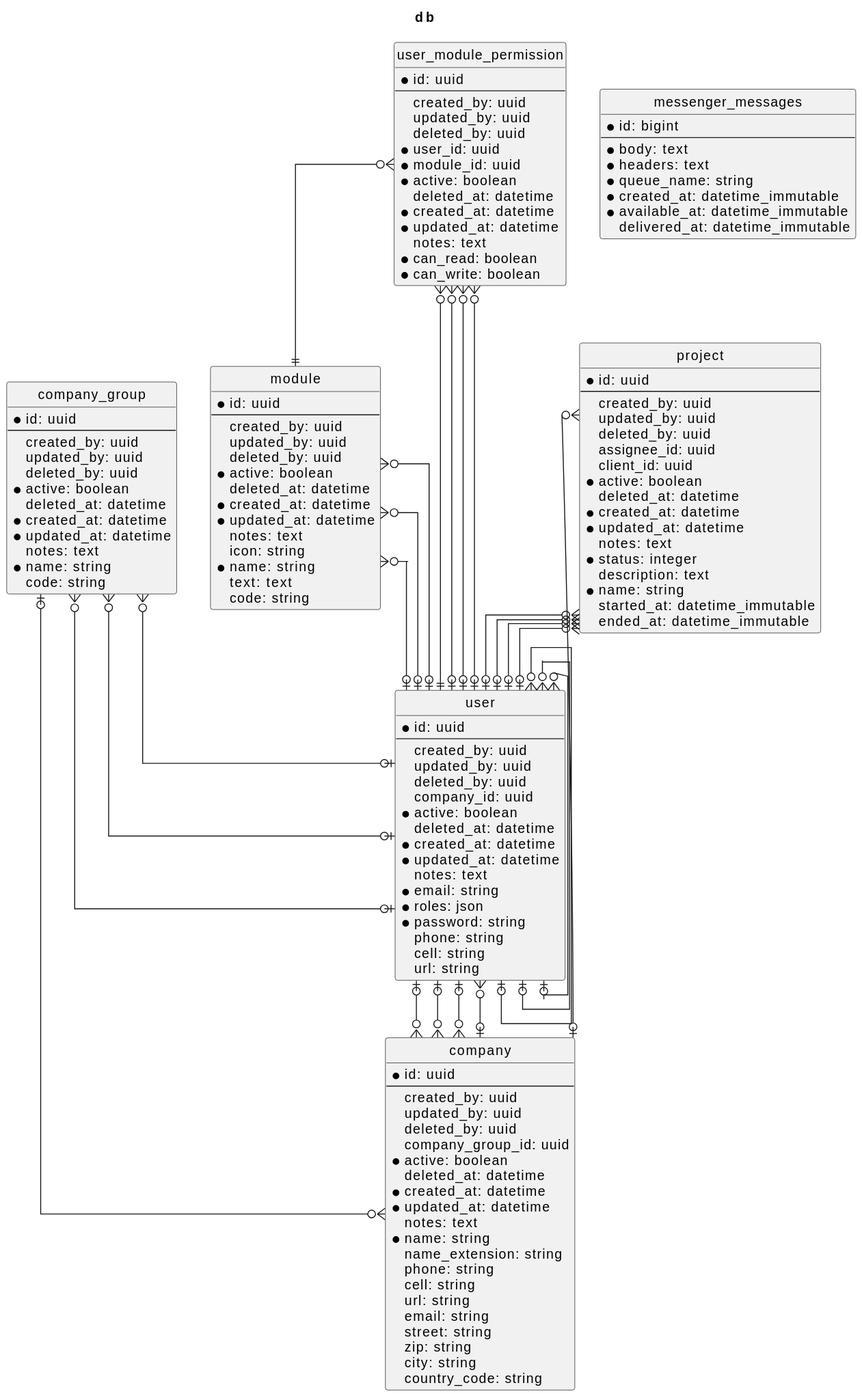
Before: assets/docs/diagram-er.svg, a diagram exported from PlantUML (cschorr/symfony-core-bundle).
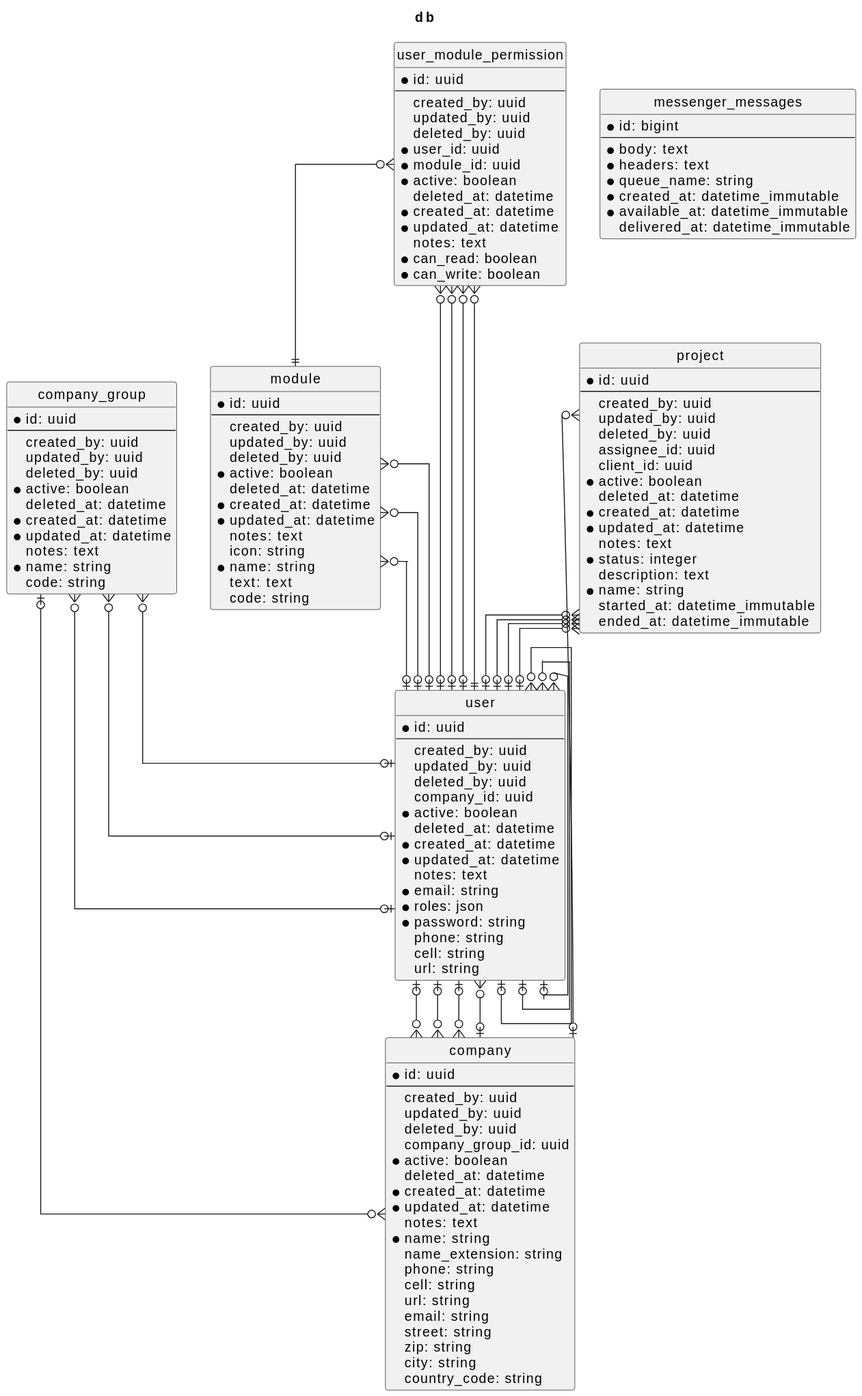
The same file after the commit.

Diff of the diagram source:
```diff
@@ -134,16 +134,16 @@
 module }o--o| user
 module }o--o| user
 company }o--o| user
-company }o--o| company_group
 company }o--o| user
 company }o--o| user
-user_module_permission }o--|| user
+company }o--o| company_group
 user_module_permission }o--o| user
 user_module_permission }o--|| module
 user_module_permission }o--o| user
 user_module_permission }o--o| user
+user_module_permission }o--|| user
+user }o--o| user
+user }o--o| company
 user }o--o| user
 user }o--o| user
-user }o--o| user
-user }o--o| company
 @enduml
```
